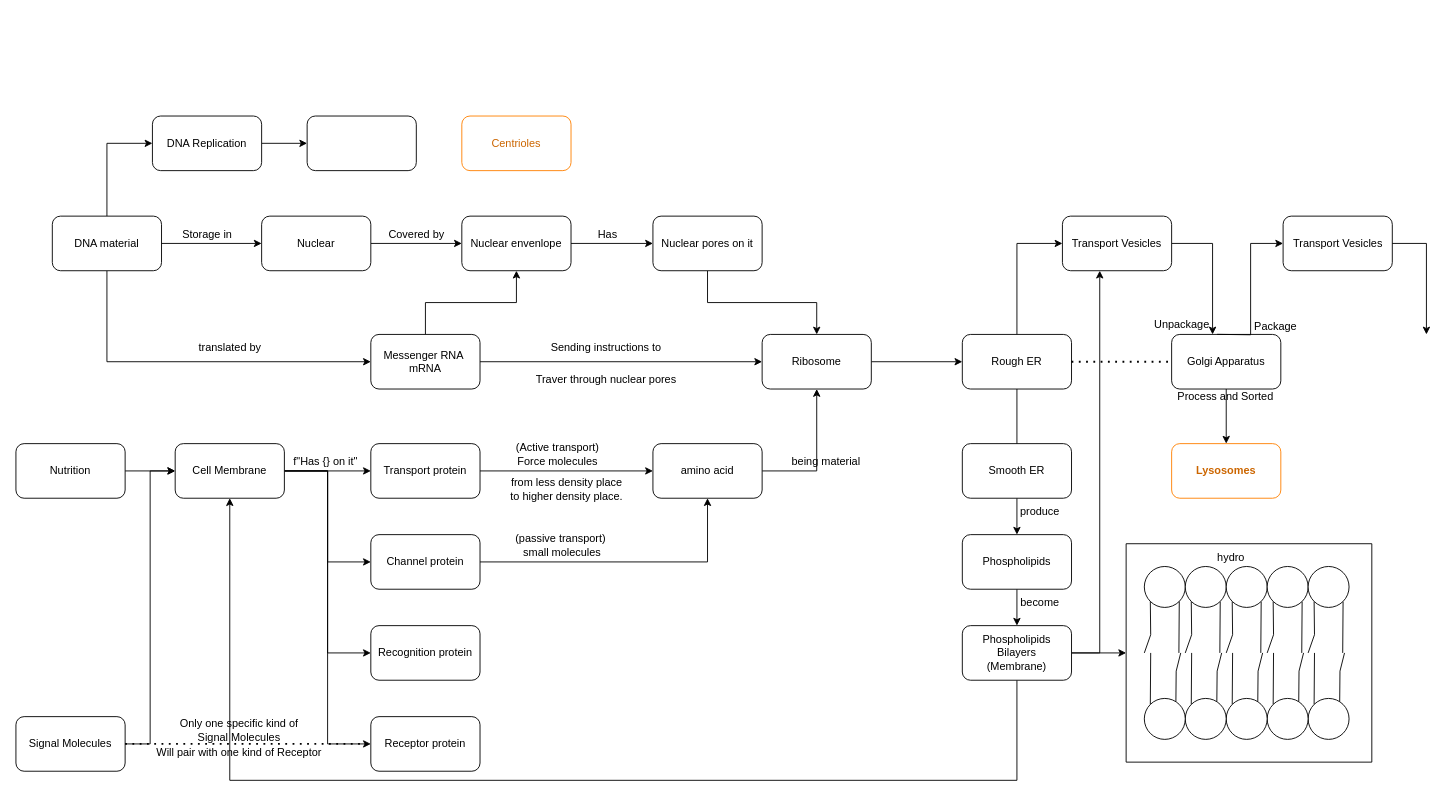
This is biology.drawio from lemuela1/LearnPython, a draw.io file, before an edit. Source tidied: cells renumbered, new cells numbered last; positions are measured from the earlier drawing's top-left corner, leaving out a move shared by most shapes. Both pictures are drawn from the tidied source at 91%, with x=0, y=0 at pixel (15, 116).
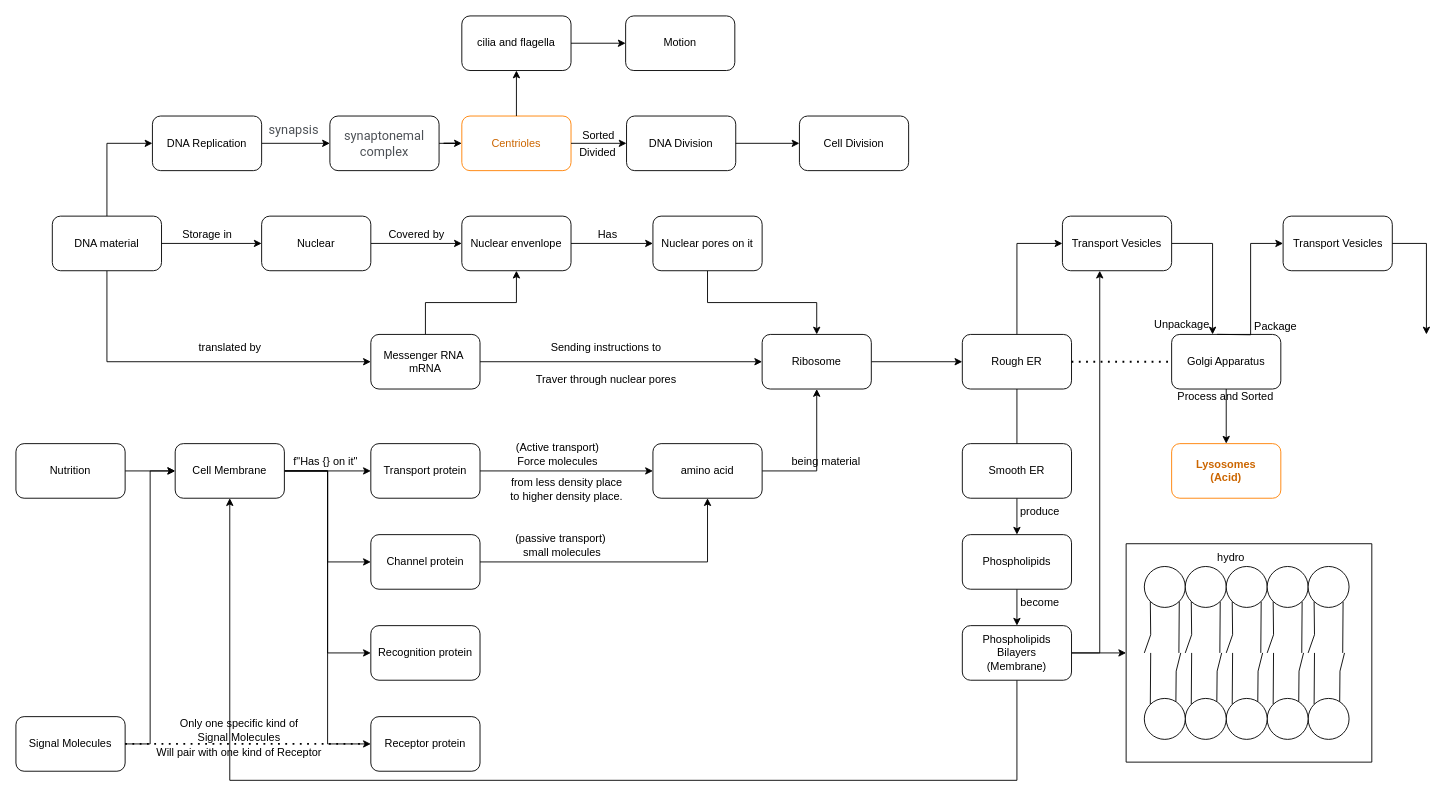
The same page after the edit.

The edit, as a diff of the source:
```diff
@@
-    <mxCell id="117" value="&lt;b&gt;Lysosomes&lt;/b&gt;" style="rounded=1;whiteSpace=wrap;html=1;strokeColor=#FF8000;fontColor=#CC6600;" parent="1" vertex="1">
+    <mxCell id="117" value="&lt;b&gt;Lysosomes&lt;br&gt;(Acid)&lt;br&gt;&lt;/b&gt;" style="rounded=1;whiteSpace=wrap;html=1;strokeColor=#FF8000;fontColor=#CC6600;" parent="1" vertex="1">
       <mxGeometry x="1270" y="360" width="120" height="60" as="geometry" />
     </mxCell>
+    <mxCell id="122" style="edgeStyle=orthogonalEdgeStyle;rounded=0;jettySize=auto;html=1;fontColor=#000000;" parent="1" edge="1" source="120" target="130">
+      <mxGeometry relative="1" as="geometry" />
+    </mxCell>
+    <mxCell id="120" value="DNA Replication" style="rounded=1;whiteSpace=wrap;html=1;strokeColor=#000000;fontColor=#000000;" parent="1" vertex="1">
+      <mxGeometry x="150" width="120" height="60" as="geometry" />
+    </mxCell>
+    <mxCell id="123" style="group;" parent="1" vertex="1">
+      <mxGeometry x="410" width="491" height="60" as="geometry" />
+    </mxCell>
+    <mxCell id="124" style="group;" parent="123" vertex="1">
+      <mxGeometry x="80" width="491" height="60" as="geometry" />
+    </mxCell>
-    <mxCell id="118" value="Centrioles" style="rounded=1;whiteSpace=wrap;html=1;strokeColor=#FF8000;fontColor=#CC6600;" parent="1" vertex="1">
-      <mxGeometry x="490" width="120" height="60" as="geometry" />
+    <mxCell id="118" value="Centrioles" style="rounded=1;whiteSpace=wrap;html=1;strokeColor=#FF8000;fontColor=#CC6600;" parent="124" vertex="1">
+      <mxGeometry width="120" height="60" as="geometry" />
     </mxCell>
-    <mxCell id="119" style="edgeStyle=orthogonalEdgeStyle;rounded=0;jettySize=auto;html=1;fontColor=#000000;entryX=0;entryY=0.5;entryDx=0;entryDy=0;" parent="1" edge="1" source="120" target="121">
-      <mxGeometry relative="1" as="geometry" />
-    </mxCell>
-    <mxCell id="120" value="DNA Replication" style="rounded=1;whiteSpace=wrap;html=1;strokeColor=#000000;fontColor=#000000;" parent="1" vertex="1">
-      <mxGeometry x="150" width="120" height="60" as="geometry" />
-    </mxCell>
-    <mxCell id="121" style="rounded=1;whiteSpace=wrap;html=1;strokeColor=#000000;fontColor=#000000;" parent="1" vertex="1">
-      <mxGeometry x="320" width="120" height="60" as="geometry" />
+    <mxCell id="121" value="DNA Division" style="rounded=1;whiteSpace=wrap;html=1;strokeColor=#000000;fontColor=#000000;" parent="124" vertex="1">
+      <mxGeometry x="181" width="120" height="60" as="geometry" />
     </mxCell>
+    <mxCell id="125" value="Sorted" style="text;html=1;align=center;verticalAlign=middle;strokeColor=none;fillColor=none;fontColor=#000000;" parent="124" vertex="1">
+      <mxGeometry x="120" y="7" width="60" height="30" as="geometry" />
+    </mxCell>
+    <mxCell id="126" value="Cell Division" style="rounded=1;whiteSpace=wrap;html=1;strokeColor=#000000;fontColor=#000000;" parent="124" vertex="1">
+      <mxGeometry x="371" width="120" height="60" as="geometry" />
+    </mxCell>
+    <mxCell id="127" style="edgeStyle=orthogonalEdgeStyle;rounded=0;jettySize=auto;html=1;entryX=0;entryY=0.5;entryDx=0;entryDy=0;fontColor=#000000;" parent="124" edge="1" source="118" target="121">
+      <mxGeometry relative="1" as="geometry" />
+    </mxCell>
+    <mxCell id="128" style="edgeStyle=orthogonalEdgeStyle;rounded=0;jettySize=auto;html=1;fontColor=#000000;entryX=0;entryY=0.5;entryDx=0;entryDy=0;" parent="124" edge="1" source="121" target="126">
+      <mxGeometry relative="1" as="geometry" />
+    </mxCell>
+    <mxCell id="129" value="Divided" style="text;html=1;align=center;verticalAlign=middle;strokeColor=none;fillColor=none;fontColor=#000000;" parent="124" vertex="1">
+      <mxGeometry x="119" y="25" width="60" height="30" as="geometry" />
+    </mxCell>
+    <mxCell id="130" value="&lt;span style=&quot;color: rgb(77, 81, 86); font-family: Roboto, arial, sans-serif; font-size: 14px; text-align: left; background-color: rgb(255, 255, 255);&quot;&gt;synaptonemal complex&lt;/span&gt;" style="rounded=1;whiteSpace=wrap;html=1;strokeColor=#000000;fontColor=#000000;" parent="123" vertex="1">
+      <mxGeometry x="-65" width="120" height="60" as="geometry" />
+    </mxCell>
+    <mxCell id="131" style="edgeStyle=orthogonalEdgeStyle;rounded=0;jettySize=auto;html=1;entryX=0;entryY=0.5;entryDx=0;entryDy=0;fontColor=#000000;" parent="123" edge="1" source="130" target="118">
+      <mxGeometry relative="1" as="geometry" />
+    </mxCell>
+    <mxCell id="132" value="&lt;span style=&quot;color: rgb(77, 81, 86); font-family: Roboto, arial, sans-serif; font-size: 14px; text-align: left; background-color: rgb(255, 255, 255);&quot;&gt;synapsis&lt;/span&gt;" style="text;html=1;align=center;verticalAlign=middle;strokeColor=none;fillColor=none;fontColor=#000000;" parent="1" vertex="1">
+      <mxGeometry x="265" width="80" height="30" as="geometry" />
+    </mxCell>
+    <mxCell id="133" style="edgeStyle=orthogonalEdgeStyle;rounded=0;jettySize=auto;html=1;exitX=0.5;exitY=0;exitDx=0;exitDy=0;fontColor=#000000;entryX=0.5;entryY=1;entryDx=0;entryDy=0;" parent="1" edge="1" source="118" target="135">
+      <mxGeometry relative="1" as="geometry" />
+    </mxCell>
+    <mxCell id="134" style="edgeStyle=orthogonalEdgeStyle;rounded=0;jettySize=auto;html=1;fontColor=#000000;entryX=0;entryY=0.5;entryDx=0;entryDy=0;" parent="1" edge="1" source="135" target="136">
+      <mxGeometry relative="1" as="geometry" />
+    </mxCell>
+    <mxCell id="135" value="cilia and flagella" style="rounded=1;whiteSpace=wrap;html=1;strokeColor=#000000;fontColor=#000000;" parent="1" vertex="1">
+      <mxGeometry x="490" y="-110" width="120" height="60" as="geometry" />
+    </mxCell>
+    <mxCell id="136" value="Motion" style="rounded=1;whiteSpace=wrap;html=1;strokeColor=#000000;fontColor=#000000;" parent="1" vertex="1">
+      <mxGeometry x="670" y="-110" width="120" height="60" as="geometry" />
+    </mxCell>
```
